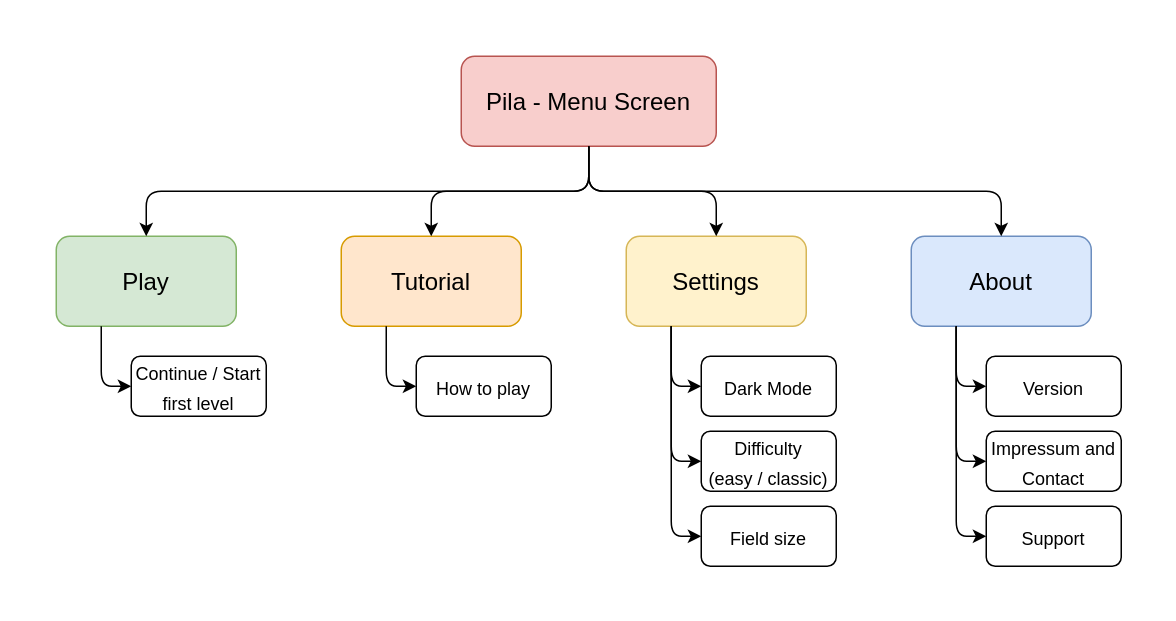
Above: .drawio/app-concept.drawio in FOehlschlaeger/pila (draw.io), before the change. Source tidied: cells renumbered, new cells numbered last; positions are measured from the earlier drawing's top-left corner, leaving out a move shared by most shapes. Both pictures are drawn from the tidied source at 150%, with x=0, y=0 at pixel (26, 26).
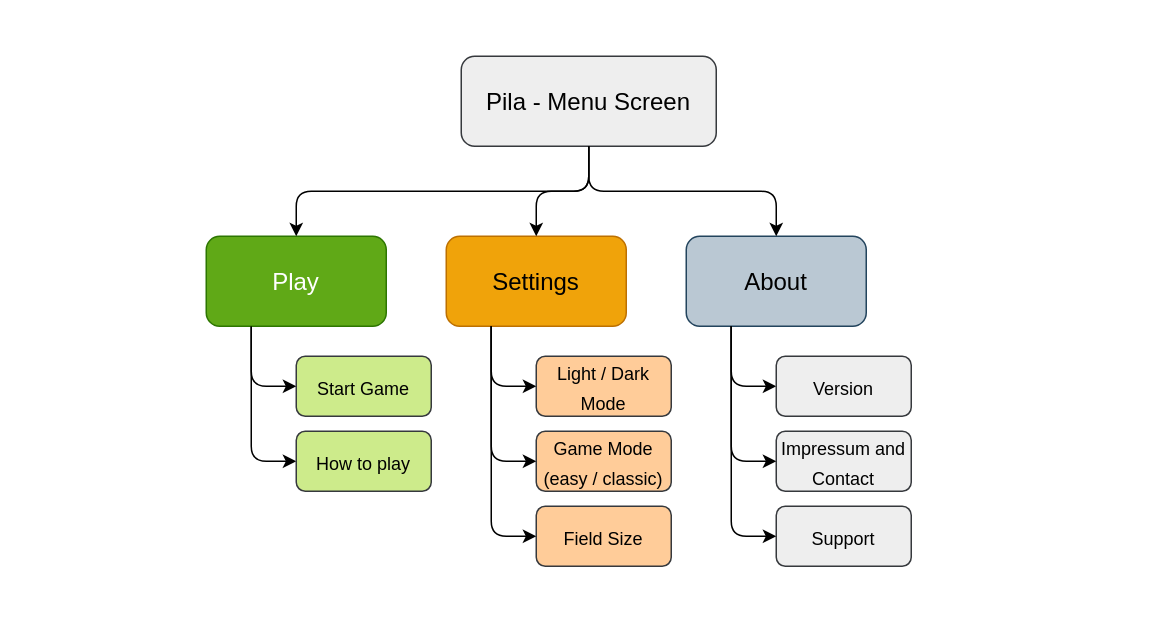
The same page after the edit.

Commit message (it also covers changes not shown here):
add further steps in concept, merge menu screens for compactness

Diff of the diagram source:
```diff
@@
     <mxCell id="2" style="rounded=0;whiteSpace=wrap;html=1;strokeColor=none;" parent="1" vertex="1">
-      <mxGeometry width="750" height="380" as="geometry" />
+      <mxGeometry x="100" width="520" height="380" as="geometry" />
     </mxCell>
+    <mxCell id="29" style="endArrow=classic;html=1;fontSize=16;edgeStyle=elbowEdgeStyle;exitX=0.25;exitY=1;exitDx=0;exitDy=0;" parent="1" edge="1" source="9" target="22">
+      <mxGeometry relative="1" as="geometry">
+        <Array as="points">
+          <mxPoint x="150" y="250" />
+        </Array>
+      </mxGeometry>
+    </mxCell>
@@
-    <mxCell id="4" value="&lt;font style=&quot;font-size: 16px;&quot;&gt;Pila - Menu Screen&lt;/font&gt;" style="rounded=1;whiteSpace=wrap;html=1;fillColor=#f8cecc;strokeColor=#b85450;" parent="3" vertex="1">
+    <mxCell id="4" value="&lt;font style=&quot;font-size: 16px;&quot;&gt;Pila - Menu Screen&lt;/font&gt;" style="rounded=1;whiteSpace=wrap;html=1;fillColor=#eeeeee;strokeColor=#36393d;" parent="3" vertex="1">
       <mxGeometry x="290" y="20" width="170" height="60" as="geometry" />
     </mxCell>
-    <mxCell id="5" value="&lt;font style=&quot;font-size: 16px;&quot;&gt;About&lt;/font&gt;" style="rounded=1;whiteSpace=wrap;html=1;fillColor=#dae8fc;strokeColor=#6c8ebf;" parent="3" vertex="1">
-      <mxGeometry x="590" y="140" width="120" height="60" as="geometry" />
+    <mxCell id="5" value="&lt;font style=&quot;font-size: 16px;&quot;&gt;About&lt;/font&gt;" style="rounded=1;whiteSpace=wrap;html=1;fillColor=#bac8d3;strokeColor=#23445d;" parent="3" vertex="1">
+      <mxGeometry x="440" y="140" width="120" height="60" as="geometry" />
     </mxCell>
@@
-    <mxCell id="7" value="&lt;font style=&quot;font-size: 16px;&quot;&gt;Settings&lt;/font&gt;" style="rounded=1;whiteSpace=wrap;html=1;fillColor=#fff2cc;strokeColor=#d6b656;" parent="3" vertex="1">
-      <mxGeometry x="400" y="140" width="120" height="60" as="geometry" />
+    <mxCell id="7" value="&lt;font style=&quot;font-size: 16px;&quot;&gt;Settings&lt;/font&gt;" style="rounded=1;whiteSpace=wrap;html=1;fillColor=#f0a30a;strokeColor=#BD7000;fontColor=#000000;" parent="3" vertex="1">
+      <mxGeometry x="280" y="140" width="120" height="60" as="geometry" />
     </mxCell>
-    <mxCell id="8" value="&lt;font style=&quot;font-size: 16px;&quot;&gt;Tutorial&lt;/font&gt;" style="rounded=1;whiteSpace=wrap;html=1;fillColor=#ffe6cc;strokeColor=#d79b00;" parent="3" vertex="1">
-      <mxGeometry x="210" y="140" width="120" height="60" as="geometry" />
-    </mxCell>
-    <mxCell id="9" value="&lt;font style=&quot;font-size: 16px;&quot;&gt;Play&lt;/font&gt;" style="rounded=1;whiteSpace=wrap;html=1;fillColor=#d5e8d4;strokeColor=#82b366;" parent="3" vertex="1">
-      <mxGeometry x="20" y="140" width="120" height="60" as="geometry" />
+    <mxCell id="9" value="&lt;font style=&quot;font-size: 16px;&quot;&gt;Play&lt;/font&gt;" style="rounded=1;whiteSpace=wrap;html=1;fillColor=#60a917;strokeColor=#2D7600;fontColor=#ffffff;" parent="3" vertex="1">
+      <mxGeometry x="120" y="140" width="120" height="60" as="geometry" />
     </mxCell>
@@
-    <mxCell id="12" style="endArrow=classic;html=1;exitX=0.5;exitY=1;exitDx=0;exitDy=0;edgeStyle=orthogonalEdgeStyle;" parent="3" edge="1" source="4" target="8">
-      <mxGeometry relative="1" as="geometry" />
-    </mxCell>
     <mxCell id="13" style="endArrow=classic;html=1;fontSize=16;exitX=0.25;exitY=1;exitDx=0;exitDy=0;entryX=0;entryY=0.5;entryDx=0;entryDy=0;edgeStyle=elbowEdgeStyle;" parent="3" edge="1" source="5" target="28">
       <mxGeometry relative="1" as="geometry">
         <Array as="points">
-          <mxPoint x="620" y="230" />
+          <mxPoint x="470" y="240" />
         </Array>
       </mxGeometry>
     </mxCell>
-    <mxCell id="14" value="&lt;font style=&quot;font-size: 12px;&quot;&gt;Impressum and Contact&lt;/font&gt;" style="rounded=1;whiteSpace=wrap;html=1;fontSize=16;fillColor=#FFFFFF;" parent="3" vertex="1">
-      <mxGeometry x="640" y="270" width="90" height="40" as="geometry" />
+    <mxCell id="14" value="&lt;font style=&quot;font-size: 12px;&quot;&gt;Impressum and Contact&lt;/font&gt;" style="rounded=1;whiteSpace=wrap;html=1;fontSize=16;fillColor=#eeeeee;strokeColor=#36393d;" parent="3" vertex="1">
+      <mxGeometry x="500" y="270" width="90" height="40" as="geometry" />
     </mxCell>
-    <mxCell id="15" value="&lt;font style=&quot;font-size: 12px;&quot;&gt;Support&lt;/font&gt;" style="rounded=1;whiteSpace=wrap;html=1;fontSize=16;fillColor=#FFFFFF;" parent="3" vertex="1">
-      <mxGeometry x="640" y="320" width="90" height="40" as="geometry" />
+    <mxCell id="15" value="&lt;font style=&quot;font-size: 12px;&quot;&gt;Support&lt;/font&gt;" style="rounded=1;whiteSpace=wrap;html=1;fontSize=16;fillColor=#eeeeee;strokeColor=#36393d;" parent="3" vertex="1">
+      <mxGeometry x="500" y="320" width="90" height="40" as="geometry" />
     </mxCell>
-    <mxCell id="16" style="endArrow=classic;html=1;fontSize=16;entryX=0;entryY=0.5;entryDx=0;entryDy=0;edgeStyle=elbowEdgeStyle;" parent="3" edge="1" target="14">
+    <mxCell id="16" style="endArrow=classic;html=1;fontSize=16;entryX=0;entryY=0.5;entryDx=0;entryDy=0;edgeStyle=elbowEdgeStyle;exitX=0.25;exitY=1;exitDx=0;exitDy=0;" parent="3" edge="1" source="5" target="14">
       <mxGeometry relative="1" as="geometry">
-        <mxPoint x="620" y="200" as="sourcePoint" />
         <Array as="points">
-          <mxPoint x="620" y="250" />
+          <mxPoint x="470" y="250" />
         </Array>
       </mxGeometry>
     </mxCell>
     <mxCell id="17" style="endArrow=classic;html=1;fontSize=16;entryX=0;entryY=0.5;entryDx=0;entryDy=0;edgeStyle=elbowEdgeStyle;exitX=0.25;exitY=1;exitDx=0;exitDy=0;" parent="3" edge="1" source="5" target="15">
       <mxGeometry relative="1" as="geometry">
         <Array as="points">
-          <mxPoint x="620" y="270" />
+          <mxPoint x="470" y="260" />
         </Array>
       </mxGeometry>
     </mxCell>
-    <mxCell id="18" value="&lt;font style=&quot;font-size: 12px;&quot;&gt;Dark Mode&lt;/font&gt;" style="rounded=1;whiteSpace=wrap;html=1;fontSize=16;fillColor=#FFFFFF;" parent="3" vertex="1">
-      <mxGeometry x="450" y="220" width="90" height="40" as="geometry" />
+    <mxCell id="18" value="&lt;font style=&quot;font-size: 12px;&quot;&gt;Light / Dark Mode&lt;/font&gt;" style="rounded=1;whiteSpace=wrap;html=1;fontSize=16;fillColor=#ffcc99;strokeColor=#36393d;" parent="3" vertex="1">
+      <mxGeometry x="340" y="220" width="90" height="40" as="geometry" />
     </mxCell>
-    <mxCell id="19" value="&lt;font style=&quot;font-size: 12px;&quot;&gt;Difficulty &lt;br&gt;(easy / classic)&lt;/font&gt;" style="rounded=1;whiteSpace=wrap;html=1;fontSize=16;fillColor=#FFFFFF;" parent="3" vertex="1">
-      <mxGeometry x="450" y="270" width="90" height="40" as="geometry" />
+    <mxCell id="19" value="&lt;font style=&quot;font-size: 12px;&quot;&gt;Game Mode&lt;br&gt;(easy / classic)&lt;/font&gt;" style="rounded=1;whiteSpace=wrap;html=1;fontSize=16;fillColor=#ffcc99;strokeColor=#36393d;" parent="3" vertex="1">
+      <mxGeometry x="340" y="270" width="90" height="40" as="geometry" />
     </mxCell>
     <mxCell id="20" style="endArrow=classic;html=1;fontSize=16;entryX=0;entryY=0.5;entryDx=0;entryDy=0;edgeStyle=elbowEdgeStyle;exitX=0.25;exitY=1;exitDx=0;exitDy=0;" parent="3" edge="1" source="7" target="18">
       <mxGeometry relative="1" as="geometry">
         <Array as="points">
-          <mxPoint x="430" y="220" />
+          <mxPoint x="310" y="230" />
         </Array>
       </mxGeometry>
     </mxCell>
     <mxCell id="21" style="endArrow=classic;html=1;fontSize=16;entryX=0;entryY=0.5;entryDx=0;entryDy=0;edgeStyle=elbowEdgeStyle;exitX=0.25;exitY=1;exitDx=0;exitDy=0;" parent="3" edge="1" source="7" target="19">
       <mxGeometry relative="1" as="geometry">
         <Array as="points">
-          <mxPoint x="430" y="240" />
+          <mxPoint x="310" y="240" />
         </Array>
       </mxGeometry>
     </mxCell>
-    <mxCell id="22" value="&lt;font style=&quot;font-size: 12px;&quot;&gt;How to play&lt;/font&gt;" style="rounded=1;whiteSpace=wrap;html=1;fontSize=16;fillColor=#FFFFFF;" parent="3" vertex="1">
-      <mxGeometry x="260" y="220" width="90" height="40" as="geometry" />
+    <mxCell id="22" value="&lt;font style=&quot;font-size: 12px;&quot;&gt;How to play&lt;/font&gt;" style="rounded=1;whiteSpace=wrap;html=1;fontSize=16;fillColor=#cdeb8b;strokeColor=#36393d;" parent="3" vertex="1">
+      <mxGeometry x="180" y="270" width="90" height="40" as="geometry" />
     </mxCell>
-    <mxCell id="23" style="endArrow=classic;html=1;fontSize=16;entryX=0;entryY=0.5;entryDx=0;entryDy=0;edgeStyle=elbowEdgeStyle;exitX=0.25;exitY=1;exitDx=0;exitDy=0;" parent="3" edge="1" source="8" target="22">
-      <mxGeometry relative="1" as="geometry">
-        <Array as="points">
-          <mxPoint x="240" y="220" />
-        </Array>
-      </mxGeometry>
-    </mxCell>
-    <mxCell id="24" value="&lt;font style=&quot;font-size: 12px;&quot;&gt;Continue / Start first level&lt;/font&gt;" style="rounded=1;whiteSpace=wrap;html=1;fontSize=16;fillColor=#FFFFFF;" parent="3" vertex="1">
-      <mxGeometry x="70" y="220" width="90" height="40" as="geometry" />
+    <mxCell id="24" value="&lt;span style=&quot;font-size: 12px;&quot;&gt;Start Game&lt;/span&gt;" style="rounded=1;whiteSpace=wrap;html=1;fontSize=16;fillColor=#cdeb8b;strokeColor=#36393d;" parent="3" vertex="1">
+      <mxGeometry x="180" y="220" width="90" height="40" as="geometry" />
     </mxCell>
     <mxCell id="25" style="endArrow=classic;html=1;fontSize=16;entryX=0;entryY=0.5;entryDx=0;entryDy=0;edgeStyle=elbowEdgeStyle;exitX=0.25;exitY=1;exitDx=0;exitDy=0;" parent="3" edge="1" source="9" target="24">
       <mxGeometry relative="1" as="geometry">
         <Array as="points">
-          <mxPoint x="50" y="220" />
+          <mxPoint x="150" y="220" />
         </Array>
       </mxGeometry>
     </mxCell>
-    <mxCell id="26" value="&lt;span style=&quot;font-size: 12px;&quot;&gt;Field size&lt;/span&gt;" style="rounded=1;whiteSpace=wrap;html=1;fontSize=16;fillColor=#FFFFFF;" parent="3" vertex="1">
-      <mxGeometry x="450" y="320" width="90" height="40" as="geometry" />
+    <mxCell id="26" value="&lt;span style=&quot;font-size: 12px;&quot;&gt;Field Size&lt;/span&gt;" style="rounded=1;whiteSpace=wrap;html=1;fontSize=16;fillColor=#ffcc99;strokeColor=#36393d;" parent="3" vertex="1">
+      <mxGeometry x="340" y="320" width="90" height="40" as="geometry" />
     </mxCell>
     <mxCell id="27" style="endArrow=classic;html=1;fontSize=16;entryX=0;entryY=0.5;entryDx=0;entryDy=0;edgeStyle=elbowEdgeStyle;exitX=0.25;exitY=1;exitDx=0;exitDy=0;" parent="3" edge="1" source="7" target="26">
       <mxGeometry relative="1" as="geometry">
         <Array as="points">
-          <mxPoint x="430" y="270" />
+          <mxPoint x="310" y="260" />
         </Array>
       </mxGeometry>
     </mxCell>
-    <mxCell id="28" value="&lt;font style=&quot;font-size: 12px;&quot;&gt;Version&lt;/font&gt;" style="rounded=1;whiteSpace=wrap;html=1;fontSize=16;fillColor=#FFFFFF;" parent="3" vertex="1">
-      <mxGeometry x="640" y="220" width="90" height="40" as="geometry" />
+    <mxCell id="28" value="&lt;font style=&quot;font-size: 12px;&quot;&gt;Version&lt;/font&gt;" style="rounded=1;whiteSpace=wrap;html=1;fontSize=16;fillColor=#eeeeee;strokeColor=#36393d;" parent="3" vertex="1">
+      <mxGeometry x="500" y="220" width="90" height="40" as="geometry" />
     </mxCell>
```
